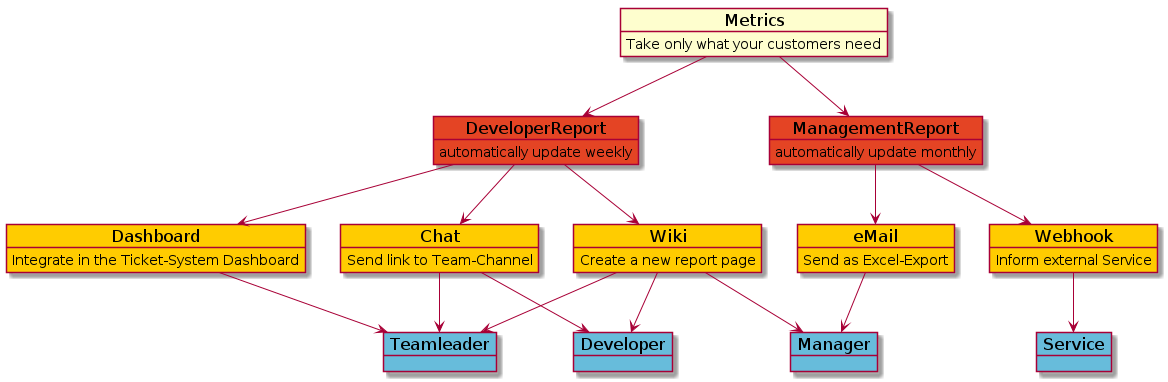
Before: _images/plantuml-c79c5a81f232423f120beaf3f3de5ab3631ebaeb.png, a diagram exported from PlantUML (useblocks/presentations).
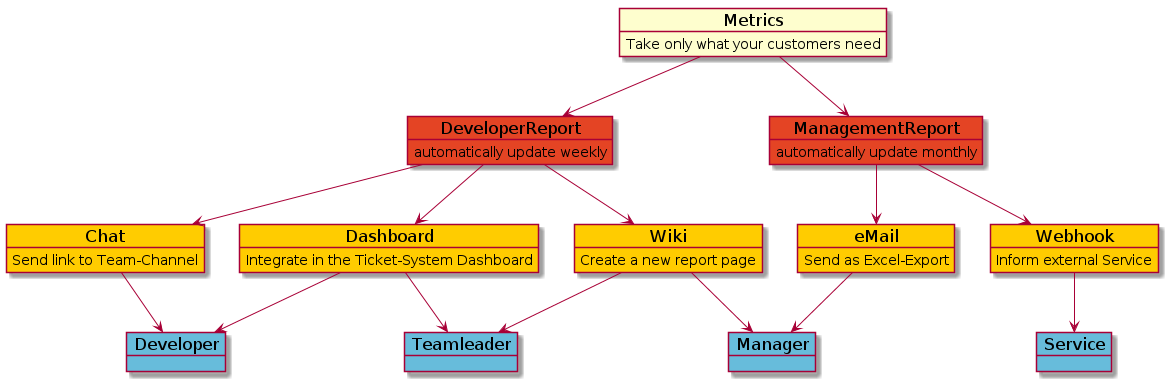
The same diagram one commit later.

Diff of the diagram source:
```diff
@@ -2,8 +2,10 @@
 
 skinparam backgroundColor white
 
-skinparam componentFontSize 17
-skinparam componentInterfaceFontSize 5
+skinparam componentFontSize 30
+skinparam interfaceFontSize 20
+skinparam interfaceFontStyle bold
+skinparam nodeFontSize 25
 
 skinparam objectFontSize 17
 skinparam objectAttributeFontSize 14
@@ -62,11 +64,10 @@
 ManagementReport --> eMail
 ManagementReport --> Webhook
 
-Wiki --> Developer
+Dashboard --> Developer
 Wiki --> Teamleader
 Wiki --> Manager
 Chat --> Developer
-Chat --> Teamleader
 Dashboard --> Teamleader
 eMail --> Manager
 Webhook --> Service
```
